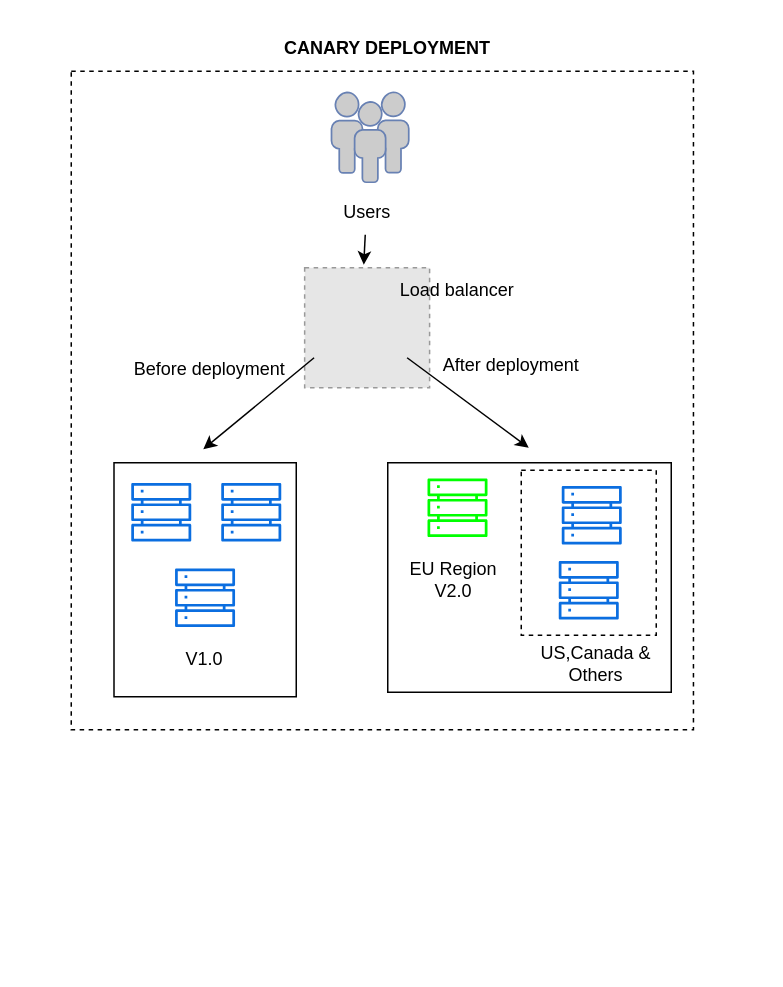
The draw.io diagram deploymentstrategy2.drawio in surajnaik90/Architectures-Designs, before the edit. Source tidied: cells renumbered, new cells numbered last; positions are measured from the earlier drawing's top-left corner, leaving out a move shared by most shapes. Both pictures are drawn from the tidied source at 150%, with x=0, y=0 at pixel (70, 26). Pictures stored in the file or linked from it are replaced by grey dashed boxes.
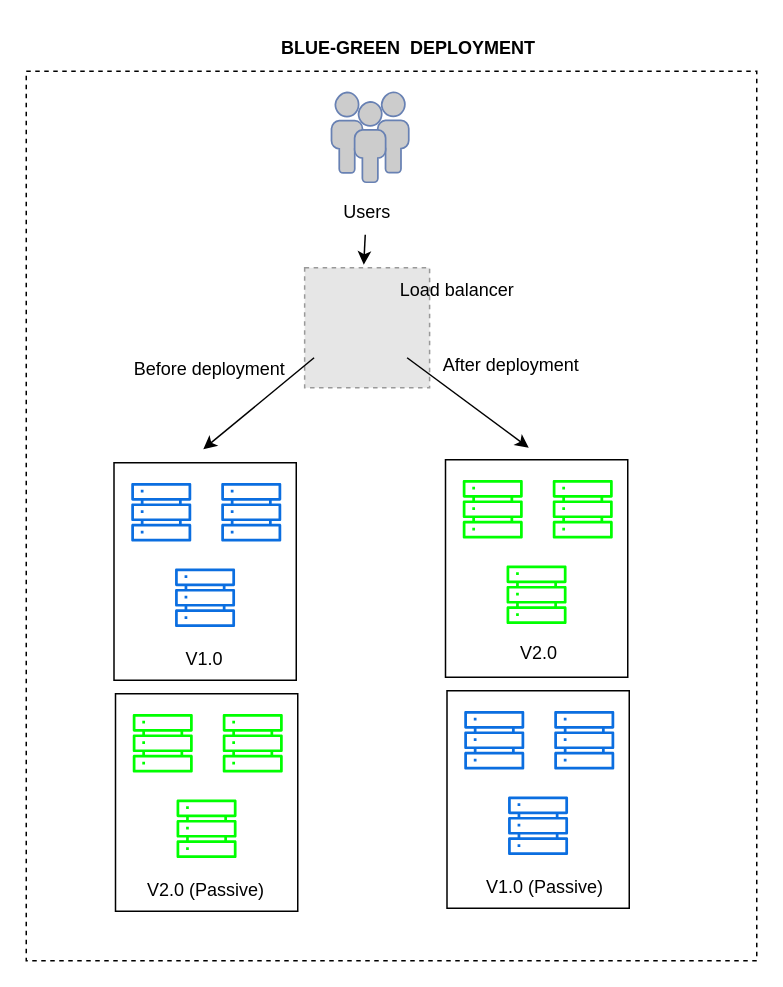
After the change.

Change to the diagram source:
```diff
@@
     <mxCell id="2" style="rounded=0;whiteSpace=wrap;html=1;dashed=1;" parent="1" vertex="1">
-      <mxGeometry y="30" width="414.8" height="439" as="geometry" />
+      <mxGeometry x="-30" y="30" width="487" height="593" as="geometry" />
     </mxCell>
@@
     <mxCell id="4" style="rounded=0;whiteSpace=wrap;html=1;" parent="1" vertex="1">
-      <mxGeometry x="28.5" y="291" width="121.5" height="156" as="geometry" />
+      <mxGeometry x="28.5" y="291" width="121.5" height="145" as="geometry" />
     </mxCell>
-    <mxCell id="5" style="rounded=0;whiteSpace=wrap;html=1;" parent="1" vertex="1">
-      <mxGeometry x="211" y="291" width="189" height="153" as="geometry" />
-    </mxCell>
@@
-    <mxCell id="9" style="rounded=0;whiteSpace=wrap;html=1;dashed=1;" parent="1" vertex="1">
-      <mxGeometry x="300" y="296" width="90" height="110" as="geometry" />
-    </mxCell>
-    <mxCell id="10" value="&lt;b&gt;CANARY DEPLOYMENT&lt;/b&gt;" style="text;html=1;align=center;verticalAlign=middle;whiteSpace=wrap;rounded=0;" parent="1" vertex="1">
-      <mxGeometry x="130.6" width="160" height="30" as="geometry" />
+    <mxCell id="10" value="&lt;b&gt;BLUE-GREEN&amp;nbsp; DEPLOYMENT&lt;/b&gt;" style="text;html=1;align=center;verticalAlign=middle;whiteSpace=wrap;rounded=0;" parent="1" vertex="1">
+      <mxGeometry x="130.6" width="188.4" height="30" as="geometry" />
     </mxCell>
@@
-    <mxCell id="13" style="sketch=0;fontColor=#232F3E;gradientColor=none;fillColor=#0b6ee0;strokeColor=none;dashed=0;verticalLabelPosition=bottom;verticalAlign=top;align=center;html=1;fontSize=12;fontStyle=0;shape=mxgraph.aws4.servers;" parent="1" vertex="1">
-      <mxGeometry x="327" y="306" width="40" height="40" as="geometry" />
-    </mxCell>
-    <mxCell id="14" style="sketch=0;fontColor=#232F3E;gradientColor=none;fillColor=#0b6ee0;strokeColor=none;dashed=0;verticalLabelPosition=bottom;verticalAlign=top;align=center;html=1;fontSize=12;fontStyle=0;shape=mxgraph.aws4.servers;" parent="1" vertex="1">
-      <mxGeometry x="325" y="356" width="40" height="40" as="geometry" />
-    </mxCell>
-    <mxCell id="15" style="sketch=0;fontColor=#232F3E;gradientColor=none;fillColor=#00FF00;strokeColor=none;dashed=0;verticalLabelPosition=bottom;verticalAlign=top;align=center;html=1;fontSize=12;fontStyle=0;shape=mxgraph.aws4.servers;" parent="1" vertex="1">
-      <mxGeometry x="237.5" y="301" width="40" height="40" as="geometry" />
-    </mxCell>
-    <mxCell id="16" value="EU Region&lt;div&gt;V2.0&lt;/div&gt;" style="text;html=1;align=center;verticalAlign=middle;whiteSpace=wrap;rounded=0;" parent="1" vertex="1">
-      <mxGeometry x="205" y="356" width="100" height="25" as="geometry" />
-    </mxCell>
-    <mxCell id="17" style="edgeStyle=orthogonalEdgeStyle;rounded=0;orthogonalLoop=1;jettySize=auto;html=1;exitX=0.5;exitY=1;exitDx=0;exitDy=0;" parent="1" edge="1" source="16" target="16">
-      <mxGeometry relative="1" as="geometry" />
+    <mxCell id="17" style="edgeStyle=orthogonalEdgeStyle;rounded=0;orthogonalLoop=1;jettySize=auto;html=1;exitX=0.5;exitY=1;exitDx=0;exitDy=0;" parent="1" edge="1">
+      <mxGeometry relative="1" as="geometry">
+        <mxPoint x="255" y="381" as="sourcePoint" />
+        <mxPoint x="255" y="381" as="targetPoint" />
+      </mxGeometry>
     </mxCell>
-    <mxCell id="18" value="US,Canada &amp;amp; Others" style="text;html=1;align=center;verticalAlign=middle;whiteSpace=wrap;rounded=0;" parent="1" vertex="1">
-      <mxGeometry x="300" y="412" width="100" height="25" as="geometry" />
-    </mxCell>
@@
+    <mxCell id="26" style="rounded=0;whiteSpace=wrap;html=1;" parent="1" vertex="1">
+      <mxGeometry x="29.5" y="445" width="121.5" height="145" as="geometry" />
+    </mxCell>
+    <mxCell id="27" style="sketch=0;fontColor=#232F3E;gradientColor=none;fillColor=#00FF00;strokeColor=none;dashed=0;verticalLabelPosition=bottom;verticalAlign=top;align=center;html=1;fontSize=12;fontStyle=0;shape=mxgraph.aws4.servers;" parent="1" vertex="1">
+      <mxGeometry x="41" y="458" width="40" height="40" as="geometry" />
+    </mxCell>
+    <mxCell id="28" style="sketch=0;fontColor=#232F3E;gradientColor=none;fillColor=#00FF00;strokeColor=none;dashed=0;verticalLabelPosition=bottom;verticalAlign=top;align=center;html=1;fontSize=12;fontStyle=0;shape=mxgraph.aws4.servers;" parent="1" vertex="1">
+      <mxGeometry x="70.2" y="515" width="40" height="40" as="geometry" />
+    </mxCell>
+    <mxCell id="29" style="sketch=0;fontColor=#232F3E;gradientColor=none;fillColor=#00FF00;strokeColor=none;dashed=0;verticalLabelPosition=bottom;verticalAlign=top;align=center;html=1;fontSize=12;fontStyle=0;shape=mxgraph.aws4.servers;" parent="1" vertex="1">
+      <mxGeometry x="101" y="458" width="40" height="40" as="geometry" />
+    </mxCell>
+    <mxCell id="30" value="V2.0 (Passive)" style="text;html=1;align=center;verticalAlign=middle;whiteSpace=wrap;rounded=0;" parent="1" vertex="1">
+      <mxGeometry x="40.2" y="563" width="100" height="25" as="geometry" />
+    </mxCell>
+    <mxCell id="31" style="rounded=0;whiteSpace=wrap;html=1;" parent="1" vertex="1">
+      <mxGeometry x="249.5" y="289" width="121.5" height="145" as="geometry" />
+    </mxCell>
+    <mxCell id="32" style="sketch=0;fontColor=#232F3E;gradientColor=none;fillColor=#00FF00;strokeColor=none;dashed=0;verticalLabelPosition=bottom;verticalAlign=top;align=center;html=1;fontSize=12;fontStyle=0;shape=mxgraph.aws4.servers;" parent="1" vertex="1">
+      <mxGeometry x="261" y="302" width="40" height="40" as="geometry" />
+    </mxCell>
+    <mxCell id="33" style="sketch=0;fontColor=#232F3E;gradientColor=none;fillColor=#00FF00;strokeColor=none;dashed=0;verticalLabelPosition=bottom;verticalAlign=top;align=center;html=1;fontSize=12;fontStyle=0;shape=mxgraph.aws4.servers;" parent="1" vertex="1">
+      <mxGeometry x="290.2" y="359" width="40" height="40" as="geometry" />
+    </mxCell>
+    <mxCell id="34" style="sketch=0;fontColor=#232F3E;gradientColor=none;fillColor=#00FF00;strokeColor=none;dashed=0;verticalLabelPosition=bottom;verticalAlign=top;align=center;html=1;fontSize=12;fontStyle=0;shape=mxgraph.aws4.servers;" parent="1" vertex="1">
+      <mxGeometry x="321" y="302" width="40" height="40" as="geometry" />
+    </mxCell>
+    <mxCell id="35" style="rounded=0;whiteSpace=wrap;html=1;" parent="1" vertex="1">
+      <mxGeometry x="250.5" y="443" width="121.5" height="145" as="geometry" />
+    </mxCell>
+    <mxCell id="36" style="sketch=0;fontColor=#232F3E;gradientColor=none;fillColor=#0B6EE0;strokeColor=none;dashed=0;verticalLabelPosition=bottom;verticalAlign=top;align=center;html=1;fontSize=12;fontStyle=0;shape=mxgraph.aws4.servers;" parent="1" vertex="1">
+      <mxGeometry x="262" y="456" width="40" height="40" as="geometry" />
+    </mxCell>
+    <mxCell id="37" style="sketch=0;fontColor=#232F3E;gradientColor=none;fillColor=#0B6EE0;strokeColor=none;dashed=0;verticalLabelPosition=bottom;verticalAlign=top;align=center;html=1;fontSize=12;fontStyle=0;shape=mxgraph.aws4.servers;" parent="1" vertex="1">
+      <mxGeometry x="291.2" y="513" width="40" height="40" as="geometry" />
+    </mxCell>
+    <mxCell id="38" style="sketch=0;fontColor=#232F3E;gradientColor=none;fillColor=#0B6EE0;strokeColor=none;dashed=0;verticalLabelPosition=bottom;verticalAlign=top;align=center;html=1;fontSize=12;fontStyle=0;shape=mxgraph.aws4.servers;" parent="1" vertex="1">
+      <mxGeometry x="322" y="456" width="40" height="40" as="geometry" />
+    </mxCell>
+    <mxCell id="39" value="V2.0" style="text;html=1;align=center;verticalAlign=middle;whiteSpace=wrap;rounded=0;" parent="1" vertex="1">
+      <mxGeometry x="262" y="405" width="100" height="25" as="geometry" />
+    </mxCell>
+    <mxCell id="40" value="V1.0 (Passive)" style="text;html=1;align=center;verticalAlign=middle;whiteSpace=wrap;rounded=0;" parent="1" vertex="1">
+      <mxGeometry x="266" y="561" width="100" height="25" as="geometry" />
+    </mxCell>
```
